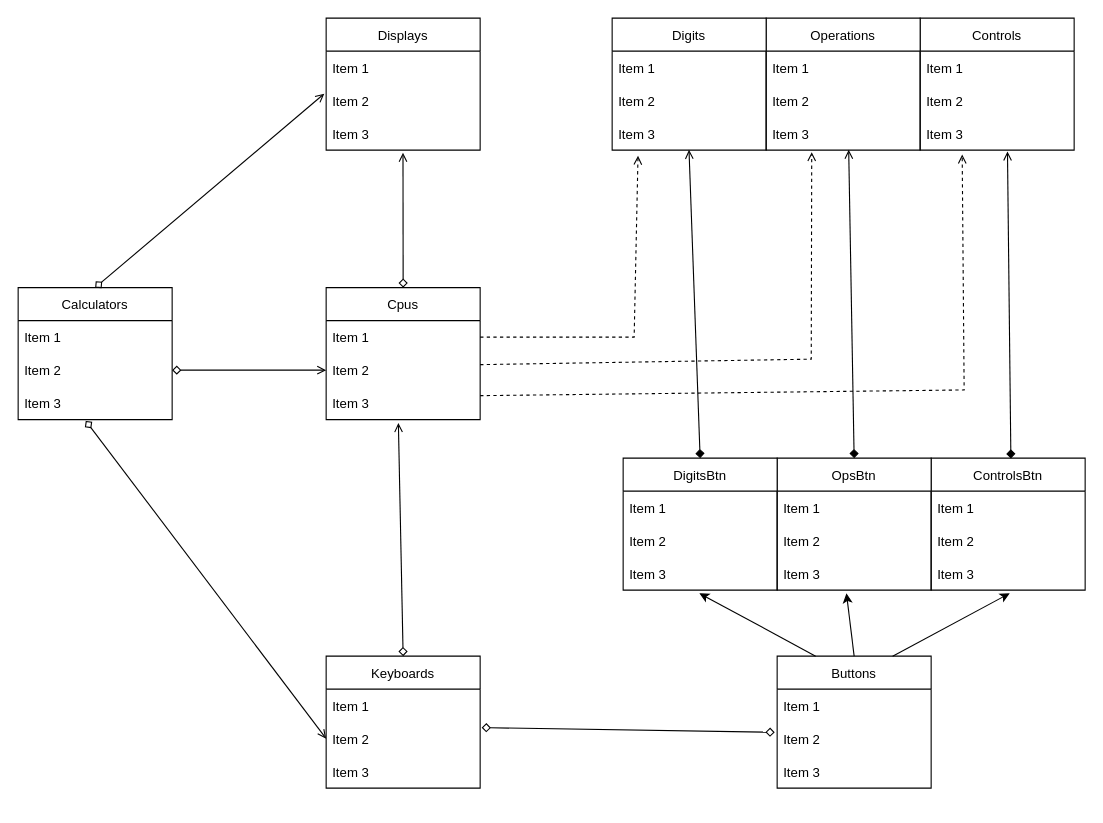
Earlier version of the draw.io diagram Model/Calculator.drawio (RenanGAS/Calculator). Source tidied: cells renumbered, new cells numbered last; positions are measured from the earlier drawing's top-left corner, leaving out a move shared by most shapes. Both pictures are drawn from the tidied source at 110%, with x=0, y=0 at pixel (18, 18).
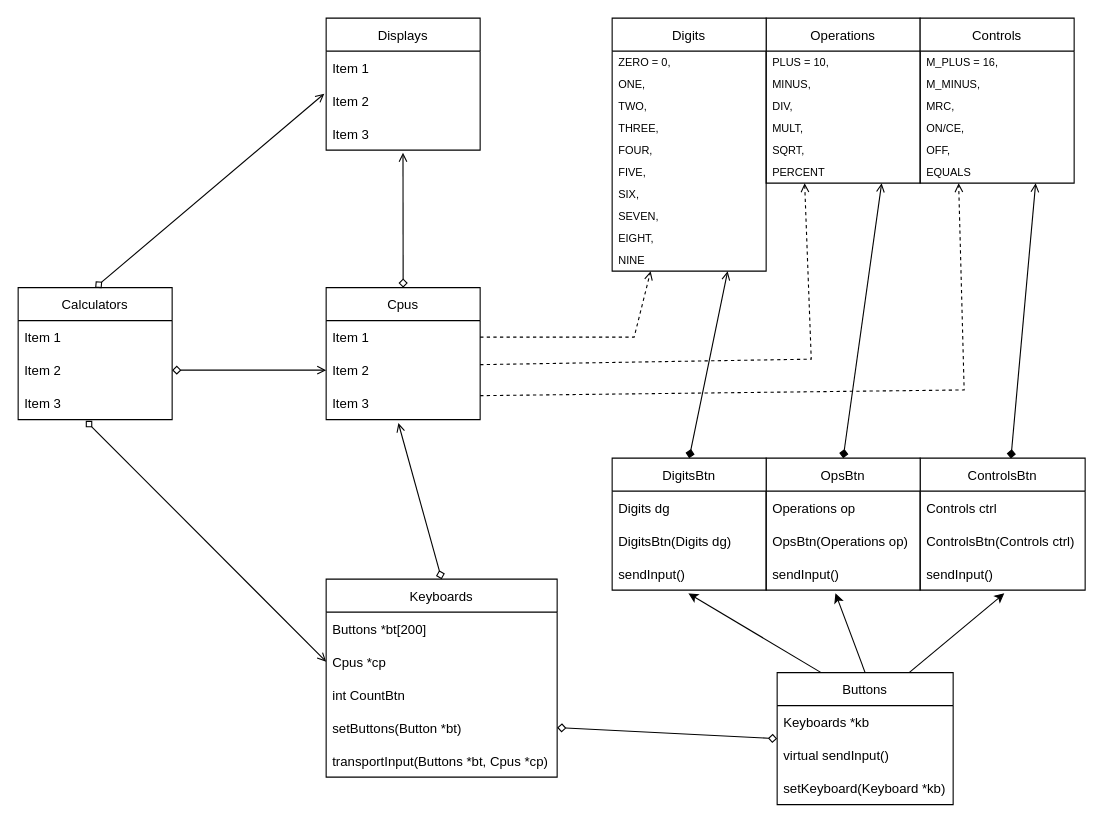
After the change.

Unchanged cells that the change refers to:
```xml
<mxCell id="19" value="Item 1" style="text;strokeColor=none;fillColor=none;align=left;verticalAlign=middle;spacingLeft=4;spacingRight=4;overflow=hidden;points=[[0,0.5],[1,0.5]];portConstraint=eastwest;" parent="18" vertex="1">
  <mxGeometry y="30" width="140" height="30" as="geometry" />
</mxCell>
```

The edit, as a diff of the source:
```diff
@@
     <mxCell id="2" value="Keyboards" style="swimlane;fontStyle=0;horizontal=1;startSize=30;" parent="1" vertex="1">
-      <mxGeometry x="280" y="580" width="140" height="120" as="geometry" />
+      <mxGeometry x="280" y="510" width="210" height="180" as="geometry" />
     </mxCell>
-    <mxCell id="3" value="Item 1" style="text;strokeColor=none;fillColor=none;align=left;verticalAlign=middle;spacingLeft=4;spacingRight=4;overflow=hidden;" parent="2" vertex="1">
-      <mxGeometry y="30" width="140" height="30" as="geometry" />
+    <mxCell id="3" value="Buttons *bt[200]" style="text;strokeColor=none;fillColor=none;align=left;verticalAlign=middle;spacingLeft=4;spacingRight=4;overflow=hidden;" parent="2" vertex="1">
+      <mxGeometry y="30" width="210" height="30" as="geometry" />
     </mxCell>
-    <mxCell id="4" value="Item 2" style="text;strokeColor=none;fillColor=none;align=left;verticalAlign=middle;spacingLeft=4;spacingRight=4;overflow=hidden;points=[[0,0.5],[1,0.5]];portConstraint=eastwest;" parent="2" vertex="1">
-      <mxGeometry y="60" width="140" height="30" as="geometry" />
+    <mxCell id="4" value="Cpus *cp" style="text;strokeColor=none;fillColor=none;align=left;verticalAlign=middle;spacingLeft=4;spacingRight=4;overflow=hidden;points=[[0,0.5],[1,0.5]];portConstraint=eastwest;" parent="2" vertex="1">
+      <mxGeometry y="60" width="210" height="30" as="geometry" />
     </mxCell>
+    <mxCell id="61" value="int CountBtn" style="text;strokeColor=none;fillColor=none;align=left;verticalAlign=middle;spacingLeft=4;spacingRight=4;overflow=hidden;" parent="2" vertex="1">
+      <mxGeometry y="90" width="210" height="30" as="geometry" />
+    </mxCell>
+    <mxCell id="62" value="setButtons(Button *bt)" style="text;strokeColor=none;fillColor=none;align=left;verticalAlign=middle;spacingLeft=4;spacingRight=4;overflow=hidden;points=[[0,0.5],[1,0.5]];portConstraint=eastwest;" parent="2" vertex="1">
+      <mxGeometry y="120" width="210" height="30" as="geometry" />
+    </mxCell>
-    <mxCell id="5" value="Item 3" style="text;strokeColor=none;fillColor=none;align=left;verticalAlign=middle;spacingLeft=4;spacingRight=4;overflow=hidden;" parent="2" vertex="1">
-      <mxGeometry y="90" width="140" height="30" as="geometry" />
+    <mxCell id="5" value="transportInput(Buttons *bt, Cpus *cp)" style="text;strokeColor=none;fillColor=none;align=left;verticalAlign=middle;spacingLeft=4;spacingRight=4;overflow=hidden;" parent="2" vertex="1">
+      <mxGeometry y="150" width="210" height="30" as="geometry" />
     </mxCell>
     <mxCell id="6" value="Buttons" style="swimlane;fontStyle=0;horizontal=1;startSize=30;" parent="1" vertex="1">
-      <mxGeometry x="690" y="580" width="140" height="120" as="geometry" />
+      <mxGeometry x="690" y="595" width="160" height="120" as="geometry" />
     </mxCell>
-    <mxCell id="7" value="Item 1" style="text;strokeColor=none;fillColor=none;align=left;verticalAlign=middle;spacingLeft=4;spacingRight=4;overflow=hidden;" parent="6" vertex="1">
-      <mxGeometry y="30" width="140" height="30" as="geometry" />
+    <mxCell id="7" value="Keyboards *kb" style="text;strokeColor=none;fillColor=none;align=left;verticalAlign=middle;spacingLeft=4;spacingRight=4;overflow=hidden;" parent="6" vertex="1">
+      <mxGeometry y="30" width="160" height="30" as="geometry" />
     </mxCell>
-    <mxCell id="8" value="Item 2" style="text;strokeColor=none;fillColor=none;align=left;verticalAlign=middle;spacingLeft=4;spacingRight=4;overflow=hidden;points=[[0,0.5],[1,0.5]];portConstraint=eastwest;" parent="6" vertex="1">
-      <mxGeometry y="60" width="140" height="30" as="geometry" />
-    </mxCell>
-    <mxCell id="9" value="Item 3" style="text;strokeColor=none;fillColor=none;align=left;verticalAlign=middle;spacingLeft=4;spacingRight=4;overflow=hidden;" parent="6" vertex="1">
-      <mxGeometry y="90" width="140" height="30" as="geometry" />
-    </mxCell>
+    <mxCell id="63" value="virtual sendInput()" style="text;strokeColor=none;fillColor=none;align=left;verticalAlign=middle;spacingLeft=4;spacingRight=4;overflow=hidden;" parent="6" vertex="1">
+      <mxGeometry y="60" width="160" height="30" as="geometry" />
+    </mxCell>
+    <mxCell id="64" value="setKeyboard(Keyboard *kb)" style="text;strokeColor=none;fillColor=none;align=left;verticalAlign=middle;spacingLeft=4;spacingRight=4;overflow=hidden;" parent="6" vertex="1">
+      <mxGeometry y="90" width="160" height="30" as="geometry" />
+    </mxCell>
@@
     <mxCell id="22" value="ControlsBtn" style="swimlane;fontStyle=0;horizontal=1;startSize=30;" parent="1" vertex="1">
-      <mxGeometry x="830" y="400" width="140" height="120" as="geometry" />
+      <mxGeometry x="820" y="400" width="150" height="120" as="geometry" />
     </mxCell>
-    <mxCell id="23" value="Item 1" style="text;strokeColor=none;fillColor=none;align=left;verticalAlign=middle;spacingLeft=4;spacingRight=4;overflow=hidden;" parent="22" vertex="1">
-      <mxGeometry y="30" width="140" height="30" as="geometry" />
+    <mxCell id="23" value="Controls ctrl" style="text;strokeColor=none;fillColor=none;align=left;verticalAlign=middle;spacingLeft=4;spacingRight=4;overflow=hidden;" parent="22" vertex="1">
+      <mxGeometry y="30" width="150" height="30" as="geometry" />
     </mxCell>
-    <mxCell id="24" value="Item 2" style="text;strokeColor=none;fillColor=none;align=left;verticalAlign=middle;spacingLeft=4;spacingRight=4;overflow=hidden;" parent="22" vertex="1">
-      <mxGeometry y="60" width="140" height="30" as="geometry" />
+    <mxCell id="24" value="ControlsBtn(Controls ctrl)" style="text;strokeColor=none;fillColor=none;align=left;verticalAlign=middle;spacingLeft=4;spacingRight=4;overflow=hidden;" parent="22" vertex="1">
+      <mxGeometry y="60" width="150" height="30" as="geometry" />
     </mxCell>
-    <mxCell id="25" value="Item 3" style="text;strokeColor=none;fillColor=none;align=left;verticalAlign=middle;spacingLeft=4;spacingRight=4;overflow=hidden;points=[[0,0.5],[1,0.5]];portConstraint=eastwest;" parent="22" vertex="1">
-      <mxGeometry y="90" width="140" height="30" as="geometry" />
+    <mxCell id="25" value="sendInput()" style="text;strokeColor=none;fillColor=none;align=left;verticalAlign=middle;spacingLeft=4;spacingRight=4;overflow=hidden;points=[[0,0.5],[1,0.5]];portConstraint=eastwest;" parent="22" vertex="1">
+      <mxGeometry y="90" width="150" height="30" as="geometry" />
     </mxCell>
     <mxCell id="26" value="OpsBtn" style="swimlane;fontStyle=0;horizontal=1;startSize=30;" parent="1" vertex="1">
-      <mxGeometry x="690" y="400" width="140" height="120" as="geometry" />
+      <mxGeometry x="680" y="400" width="140" height="120" as="geometry" />
     </mxCell>
-    <mxCell id="27" value="Item 1" style="text;strokeColor=none;fillColor=none;align=left;verticalAlign=middle;spacingLeft=4;spacingRight=4;overflow=hidden;" parent="26" vertex="1">
+    <mxCell id="27" value="Operations op" style="text;strokeColor=none;fillColor=none;align=left;verticalAlign=middle;spacingLeft=4;spacingRight=4;overflow=hidden;" parent="26" vertex="1">
       <mxGeometry y="30" width="140" height="30" as="geometry" />
     </mxCell>
-    <mxCell id="28" value="Item 2" style="text;strokeColor=none;fillColor=none;align=left;verticalAlign=middle;spacingLeft=4;spacingRight=4;overflow=hidden;" parent="26" vertex="1">
+    <mxCell id="28" value="OpsBtn(Operations op)" style="text;strokeColor=none;fillColor=none;align=left;verticalAlign=middle;spacingLeft=4;spacingRight=4;overflow=hidden;" parent="26" vertex="1">
       <mxGeometry y="60" width="140" height="30" as="geometry" />
     </mxCell>
-    <mxCell id="29" value="Item 3" style="text;strokeColor=none;fillColor=none;align=left;verticalAlign=middle;spacingLeft=4;spacingRight=4;overflow=hidden;points=[[0,0.5],[1,0.5]];portConstraint=eastwest;" parent="26" vertex="1">
+    <mxCell id="29" value="sendInput()" style="text;strokeColor=none;fillColor=none;align=left;verticalAlign=middle;spacingLeft=4;spacingRight=4;overflow=hidden;points=[[0,0.5],[1,0.5]];portConstraint=eastwest;" parent="26" vertex="1">
       <mxGeometry y="90" width="140" height="30" as="geometry" />
     </mxCell>
     <mxCell id="30" value="DigitsBtn" style="swimlane;fontStyle=0;horizontal=1;startSize=30;" parent="1" vertex="1">
-      <mxGeometry x="550" y="400" width="140" height="120" as="geometry" />
+      <mxGeometry x="540" y="400" width="140" height="120" as="geometry" />
     </mxCell>
-    <mxCell id="31" value="Item 1" style="text;strokeColor=none;fillColor=none;align=left;verticalAlign=middle;spacingLeft=4;spacingRight=4;overflow=hidden;" parent="30" vertex="1">
+    <mxCell id="31" value="Digits dg" style="text;strokeColor=none;fillColor=none;align=left;verticalAlign=middle;spacingLeft=4;spacingRight=4;overflow=hidden;" parent="30" vertex="1">
       <mxGeometry y="30" width="140" height="30" as="geometry" />
     </mxCell>
-    <mxCell id="32" value="Item 2" style="text;strokeColor=none;fillColor=none;align=left;verticalAlign=middle;spacingLeft=4;spacingRight=4;overflow=hidden;" parent="30" vertex="1">
+    <mxCell id="32" value="DigitsBtn(Digits dg)" style="text;strokeColor=none;fillColor=none;align=left;verticalAlign=middle;spacingLeft=4;spacingRight=4;overflow=hidden;" parent="30" vertex="1">
       <mxGeometry y="60" width="140" height="30" as="geometry" />
     </mxCell>
-    <mxCell id="33" value="Item 3" style="text;strokeColor=none;fillColor=none;align=left;verticalAlign=middle;spacingLeft=4;spacingRight=4;overflow=hidden;points=[[0,0.5],[1,0.5]];portConstraint=eastwest;" parent="30" vertex="1">
+    <mxCell id="33" value="sendInput()" style="text;strokeColor=none;fillColor=none;align=left;verticalAlign=middle;spacingLeft=4;spacingRight=4;overflow=hidden;points=[[0,0.5],[1,0.5]];portConstraint=eastwest;" parent="30" vertex="1">
       <mxGeometry y="90" width="140" height="30" as="geometry" />
     </mxCell>
-    <mxCell id="34" value="Controls" style="swimlane;fontStyle=0;horizontal=1;startSize=30;" parent="1" vertex="1">
-      <mxGeometry x="820" width="140" height="120" as="geometry" />
-    </mxCell>
-    <mxCell id="35" value="Item 1" style="text;strokeColor=none;fillColor=none;align=left;verticalAlign=middle;spacingLeft=4;spacingRight=4;overflow=hidden;" parent="34" vertex="1">
-      <mxGeometry y="30" width="140" height="30" as="geometry" />
-    </mxCell>
-    <mxCell id="36" value="Item 2" style="text;strokeColor=none;fillColor=none;align=left;verticalAlign=middle;spacingLeft=4;spacingRight=4;overflow=hidden;" parent="34" vertex="1">
-      <mxGeometry y="60" width="140" height="30" as="geometry" />
-    </mxCell>
-    <mxCell id="37" value="Item 3" style="text;strokeColor=none;fillColor=none;align=left;verticalAlign=middle;spacingLeft=4;spacingRight=4;overflow=hidden;points=[[0,0.5],[1,0.5]];portConstraint=eastwest;" parent="34" vertex="1">
-      <mxGeometry y="90" width="140" height="30" as="geometry" />
-    </mxCell>
     <mxCell id="38" value="Operations" style="swimlane;fontStyle=0;horizontal=1;startSize=30;" parent="1" vertex="1">
-      <mxGeometry x="680" width="140" height="120" as="geometry" />
+      <mxGeometry x="680" width="140" height="150" as="geometry" />
     </mxCell>
-    <mxCell id="39" value="Item 1" style="text;strokeColor=none;fillColor=none;align=left;verticalAlign=middle;spacingLeft=4;spacingRight=4;overflow=hidden;" parent="38" vertex="1">
-      <mxGeometry y="30" width="140" height="30" as="geometry" />
+    <mxCell id="39" value="PLUS = 10," style="text;strokeColor=none;fillColor=none;align=left;verticalAlign=middle;spacingLeft=4;spacingRight=4;overflow=hidden;fontSize=10;" parent="38" vertex="1">
+      <mxGeometry y="30" width="140" height="20" as="geometry" />
     </mxCell>
-    <mxCell id="40" value="Item 2" style="text;strokeColor=none;fillColor=none;align=left;verticalAlign=middle;spacingLeft=4;spacingRight=4;overflow=hidden;" parent="38" vertex="1">
-      <mxGeometry y="60" width="140" height="30" as="geometry" />
-    </mxCell>
-    <mxCell id="41" value="Item 3" style="text;strokeColor=none;fillColor=none;align=left;verticalAlign=middle;spacingLeft=4;spacingRight=4;overflow=hidden;points=[[0,0.5],[1,0.5]];portConstraint=eastwest;" parent="38" vertex="1">
-      <mxGeometry y="90" width="140" height="30" as="geometry" />
-    </mxCell>
-    <mxCell id="42" value="Digits" style="swimlane;fontStyle=0;horizontal=1;startSize=30;" parent="1" vertex="1">
-      <mxGeometry x="540" width="140" height="120" as="geometry" />
-    </mxCell>
-    <mxCell id="43" value="Item 1" style="text;strokeColor=none;fillColor=none;align=left;verticalAlign=middle;spacingLeft=4;spacingRight=4;overflow=hidden;" parent="42" vertex="1">
-      <mxGeometry y="30" width="140" height="30" as="geometry" />
-    </mxCell>
-    <mxCell id="44" value="Item 2" style="text;strokeColor=none;fillColor=none;align=left;verticalAlign=middle;spacingLeft=4;spacingRight=4;overflow=hidden;" parent="42" vertex="1">
-      <mxGeometry y="60" width="140" height="30" as="geometry" />
-    </mxCell>
-    <mxCell id="45" value="Item 3" style="text;strokeColor=none;fillColor=none;align=left;verticalAlign=middle;spacingLeft=4;spacingRight=4;overflow=hidden;points=[[0,0.5],[1,0.5]];portConstraint=eastwest;" parent="42" vertex="1">
-      <mxGeometry y="90" width="140" height="30" as="geometry" />
-    </mxCell>
+    <mxCell id="65" value="MINUS," style="text;strokeColor=none;fillColor=none;align=left;verticalAlign=middle;spacingLeft=4;spacingRight=4;overflow=hidden;fontSize=10;" parent="38" vertex="1">
+      <mxGeometry y="50" width="140" height="20" as="geometry" />
+    </mxCell>
+    <mxCell id="66" value="DIV," style="text;strokeColor=none;fillColor=none;align=left;verticalAlign=middle;spacingLeft=4;spacingRight=4;overflow=hidden;fontSize=10;" parent="38" vertex="1">
+      <mxGeometry y="70" width="140" height="20" as="geometry" />
+    </mxCell>
+    <mxCell id="67" value="MULT," style="text;strokeColor=none;fillColor=none;align=left;verticalAlign=middle;spacingLeft=4;spacingRight=4;overflow=hidden;fontSize=10;" parent="38" vertex="1">
+      <mxGeometry y="90" width="140" height="20" as="geometry" />
+    </mxCell>
+    <mxCell id="68" value="SQRT," style="text;strokeColor=none;fillColor=none;align=left;verticalAlign=middle;spacingLeft=4;spacingRight=4;overflow=hidden;fontSize=10;" parent="38" vertex="1">
+      <mxGeometry y="110" width="140" height="20" as="geometry" />
+    </mxCell>
+    <mxCell id="69" value="PERCENT" style="text;strokeColor=none;fillColor=none;align=left;verticalAlign=middle;spacingLeft=4;spacingRight=4;overflow=hidden;fontSize=10;" parent="38" vertex="1">
+      <mxGeometry y="130" width="140" height="20" as="geometry" />
+    </mxCell>
-    <mxCell id="46" style="endArrow=diamond;html=1;rounded=0;endFill=1;startArrow=open;startFill=0;exitX=0.499;exitY=0.991;exitDx=0;exitDy=0;exitPerimeter=0;entryX=0.5;entryY=0;entryDx=0;entryDy=0;" parent="1" edge="1" source="45" target="30">
+    <mxCell id="46" style="endArrow=diamond;html=1;rounded=0;endFill=1;startArrow=open;startFill=0;entryX=0.5;entryY=0;entryDx=0;entryDy=0;exitX=0.75;exitY=1;exitDx=0;exitDy=0;" parent="1" edge="1" source="42" target="30">
       <mxGeometry relative="1" as="geometry" />
     </mxCell>
-    <mxCell id="47" style="endArrow=open;html=1;rounded=0;endFill=0;entryX=0.536;entryY=0.991;entryDx=0;entryDy=0;entryPerimeter=0;exitX=0.5;exitY=0;exitDx=0;exitDy=0;startArrow=diamond;startFill=1;" parent="1" edge="1" source="26" target="41">
+    <mxCell id="47" style="endArrow=open;html=1;rounded=0;endFill=0;exitX=0.5;exitY=0;exitDx=0;exitDy=0;startArrow=diamond;startFill=1;entryX=0.75;entryY=1;entryDx=0;entryDy=0;" parent="1" edge="1" source="26" target="38">
       <mxGeometry relative="1" as="geometry" />
     </mxCell>
-    <mxCell id="48" style="endArrow=open;html=1;rounded=0;endFill=0;entryX=0.567;entryY=1.044;entryDx=0;entryDy=0;entryPerimeter=0;exitX=0.5;exitY=0;exitDx=0;exitDy=0;startArrow=diamond;startFill=1;" parent="1" edge="1" target="37">
+    <mxCell id="48" style="endArrow=open;html=1;rounded=0;endFill=0;entryX=0.75;entryY=1;entryDx=0;entryDy=0;exitX=0.5;exitY=0;exitDx=0;exitDy=0;startArrow=diamond;startFill=1;" parent="1" edge="1" target="34">
       <mxGeometry relative="1" as="geometry">
         <mxPoint x="902.5" y="400.3" as="sourcePoint" />
       </mxGeometry>
     </mxCell>
@@
-    <mxCell id="52" style="endArrow=diamond;html=1;rounded=0;entryX=-0.016;entryY=0.307;entryDx=0;entryDy=0;entryPerimeter=0;exitX=1.01;exitY=0.167;exitDx=0;exitDy=0;exitPerimeter=0;startArrow=diamond;startFill=0;endFill=0;" parent="1" edge="1" source="4" target="8">
+    <mxCell id="52" style="endArrow=diamond;html=1;rounded=0;entryX=0;entryY=0.5;entryDx=0;entryDy=0;exitX=1;exitY=0.5;exitDx=0;exitDy=0;startArrow=diamond;startFill=0;endFill=0;" parent="1" edge="1" source="62" target="6">
       <mxGeometry relative="1" as="geometry" />
     </mxCell>
@@
-    <mxCell id="58" style="endArrow=open;html=1;rounded=0;dashed=1;exitX=1;exitY=0.5;exitDx=0;exitDy=0;entryX=0.168;entryY=1.167;entryDx=0;entryDy=0;entryPerimeter=0;endFill=0;" parent="1" edge="1" source="19" target="45">
+    <mxCell id="58" style="endArrow=open;html=1;rounded=0;dashed=1;exitX=1;exitY=0.5;exitDx=0;exitDy=0;endFill=0;entryX=0.25;entryY=1;entryDx=0;entryDy=0;" parent="1" edge="1" source="19" target="42">
       <mxGeometry relative="1" as="geometry">
         <Array as="points">
           <mxPoint x="560" y="290" />
         </Array>
       </mxGeometry>
     </mxCell>
-    <mxCell id="59" style="endArrow=open;html=1;rounded=0;dashed=1;exitX=1;exitY=0.5;exitDx=0;exitDy=0;entryX=0.296;entryY=1.061;entryDx=0;entryDy=0;entryPerimeter=0;endFill=0;" parent="1" edge="1" target="41">
+    <mxCell id="59" style="endArrow=open;html=1;rounded=0;dashed=1;exitX=1;exitY=0.5;exitDx=0;exitDy=0;endFill=0;entryX=0.25;entryY=1;entryDx=0;entryDy=0;" parent="1" edge="1" target="38">
       <mxGeometry relative="1" as="geometry">
         <mxPoint x="420" y="315" as="sourcePoint" />
         <Array as="points">
           <mxPoint x="721" y="310" />
         </Array>
       </mxGeometry>
     </mxCell>
-    <mxCell id="60" style="endArrow=open;html=1;rounded=0;dashed=1;exitX=1;exitY=0.5;exitDx=0;exitDy=0;entryX=0.273;entryY=1.132;entryDx=0;entryDy=0;entryPerimeter=0;endFill=0;" parent="1" edge="1" target="37">
+    <mxCell id="60" style="endArrow=open;html=1;rounded=0;dashed=1;exitX=1;exitY=0.5;exitDx=0;exitDy=0;endFill=0;entryX=0.25;entryY=1;entryDx=0;entryDy=0;" parent="1" edge="1" target="34">
       <mxGeometry relative="1" as="geometry">
         <mxPoint x="420" y="343.2" as="sourcePoint" />
         <Array as="points">
           <mxPoint x="860" y="338" />
         </Array>
       </mxGeometry>
     </mxCell>
+    <mxCell id="34" value="Controls" style="swimlane;fontStyle=0;horizontal=1;startSize=30;" parent="1" vertex="1">
+      <mxGeometry x="820" width="140" height="150" as="geometry" />
+    </mxCell>
+    <mxCell id="70" value="M_PLUS = 16," style="text;strokeColor=none;fillColor=none;align=left;verticalAlign=middle;spacingLeft=4;spacingRight=4;overflow=hidden;fontSize=10;" parent="34" vertex="1">
+      <mxGeometry y="30" width="140" height="20" as="geometry" />
+    </mxCell>
+    <mxCell id="71" value="M_MINUS," style="text;strokeColor=none;fillColor=none;align=left;verticalAlign=middle;spacingLeft=4;spacingRight=4;overflow=hidden;fontSize=10;" parent="34" vertex="1">
+      <mxGeometry y="50" width="140" height="20" as="geometry" />
+    </mxCell>
+    <mxCell id="72" value="MRC," style="text;strokeColor=none;fillColor=none;align=left;verticalAlign=middle;spacingLeft=4;spacingRight=4;overflow=hidden;fontSize=10;" parent="34" vertex="1">
+      <mxGeometry y="70" width="140" height="20" as="geometry" />
+    </mxCell>
+    <mxCell id="73" value="ON/CE," style="text;strokeColor=none;fillColor=none;align=left;verticalAlign=middle;spacingLeft=4;spacingRight=4;overflow=hidden;fontSize=10;" parent="34" vertex="1">
+      <mxGeometry y="90" width="140" height="20" as="geometry" />
+    </mxCell>
+    <mxCell id="74" value="OFF," style="text;strokeColor=none;fillColor=none;align=left;verticalAlign=middle;spacingLeft=4;spacingRight=4;overflow=hidden;fontSize=10;" parent="34" vertex="1">
+      <mxGeometry y="110" width="140" height="20" as="geometry" />
+    </mxCell>
+    <mxCell id="75" value="EQUALS" style="text;strokeColor=none;fillColor=none;align=left;verticalAlign=middle;spacingLeft=4;spacingRight=4;overflow=hidden;fontSize=10;" parent="34" vertex="1">
+      <mxGeometry y="130" width="140" height="20" as="geometry" />
+    </mxCell>
+    <mxCell id="42" value="Digits" style="swimlane;fontStyle=0;horizontal=1;startSize=30;" parent="1" vertex="1">
+      <mxGeometry x="540" width="140" height="230" as="geometry" />
+    </mxCell>
+    <mxCell id="76" value="ZERO = 0," style="text;strokeColor=none;fillColor=none;align=left;verticalAlign=middle;spacingLeft=4;spacingRight=4;overflow=hidden;fontSize=10;" parent="42" vertex="1">
+      <mxGeometry y="30" width="140" height="20" as="geometry" />
+    </mxCell>
+    <mxCell id="77" value="ONE," style="text;strokeColor=none;fillColor=none;align=left;verticalAlign=middle;spacingLeft=4;spacingRight=4;overflow=hidden;fontSize=10;" parent="42" vertex="1">
+      <mxGeometry y="50" width="140" height="20" as="geometry" />
+    </mxCell>
+    <mxCell id="78" value="TWO," style="text;strokeColor=none;fillColor=none;align=left;verticalAlign=middle;spacingLeft=4;spacingRight=4;overflow=hidden;fontSize=10;" parent="42" vertex="1">
+      <mxGeometry y="70" width="140" height="20" as="geometry" />
+    </mxCell>
+    <mxCell id="79" value="THREE," style="text;strokeColor=none;fillColor=none;align=left;verticalAlign=middle;spacingLeft=4;spacingRight=4;overflow=hidden;fontSize=10;" parent="42" vertex="1">
+      <mxGeometry y="90" width="140" height="20" as="geometry" />
+    </mxCell>
+    <mxCell id="80" value="FOUR," style="text;strokeColor=none;fillColor=none;align=left;verticalAlign=middle;spacingLeft=4;spacingRight=4;overflow=hidden;fontSize=10;" parent="42" vertex="1">
+      <mxGeometry y="110" width="140" height="20" as="geometry" />
+    </mxCell>
+    <mxCell id="81" value="FIVE," style="text;strokeColor=none;fillColor=none;align=left;verticalAlign=middle;spacingLeft=4;spacingRight=4;overflow=hidden;fontSize=10;" parent="42" vertex="1">
+      <mxGeometry y="130" width="140" height="20" as="geometry" />
+    </mxCell>
+    <mxCell id="82" value="SIX," style="text;strokeColor=none;fillColor=none;align=left;verticalAlign=middle;spacingLeft=4;spacingRight=4;overflow=hidden;fontSize=10;" parent="42" vertex="1">
+      <mxGeometry y="150" width="140" height="20" as="geometry" />
+    </mxCell>
+    <mxCell id="83" value="SEVEN," style="text;strokeColor=none;fillColor=none;align=left;verticalAlign=middle;spacingLeft=4;spacingRight=4;overflow=hidden;fontSize=10;" parent="42" vertex="1">
+      <mxGeometry y="170" width="140" height="20" as="geometry" />
+    </mxCell>
+    <mxCell id="84" value="EIGHT," style="text;strokeColor=none;fillColor=none;align=left;verticalAlign=middle;spacingLeft=4;spacingRight=4;overflow=hidden;fontSize=10;" parent="42" vertex="1">
+      <mxGeometry y="190" width="140" height="20" as="geometry" />
+    </mxCell>
+    <mxCell id="85" value="NINE" style="text;strokeColor=none;fillColor=none;align=left;verticalAlign=middle;spacingLeft=4;spacingRight=4;overflow=hidden;fontSize=10;" parent="42" vertex="1">
+      <mxGeometry y="210" width="140" height="20" as="geometry" />
+    </mxCell>
```
